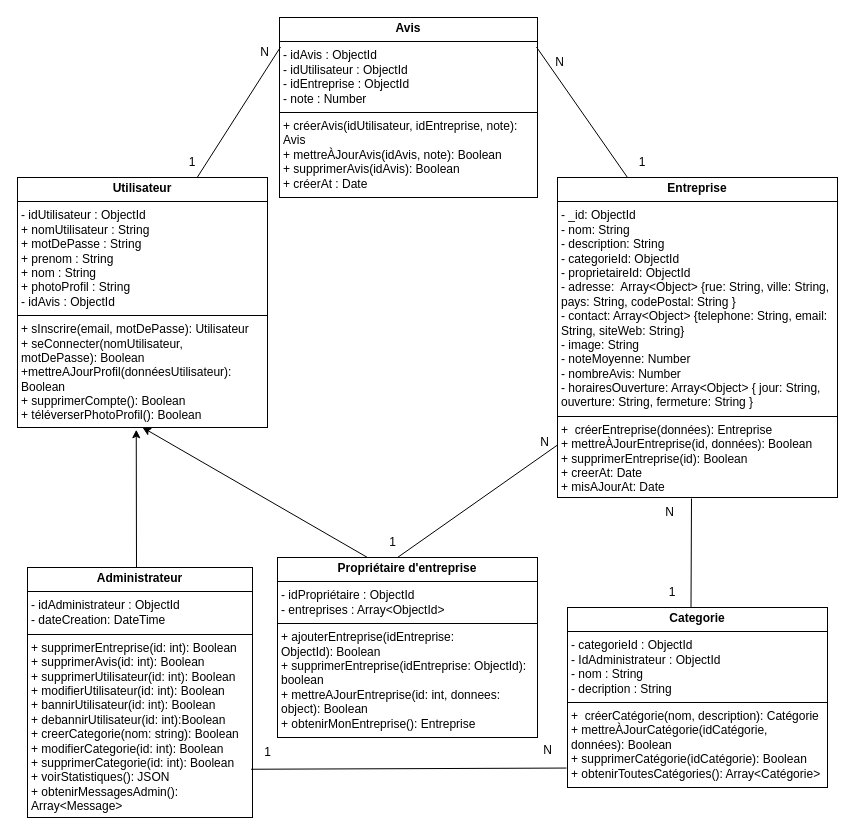
Before: classdernier.drawio in Rahma3-sys/Searchgi, a draw.io diagram. Source tidied: cells renumbered, new cells numbered last; positions are measured from the earlier drawing's top-left corner, leaving out a move shared by most shapes. Both pictures are drawn from the tidied source at 100%, with x=0, y=0 at pixel (17, 17).
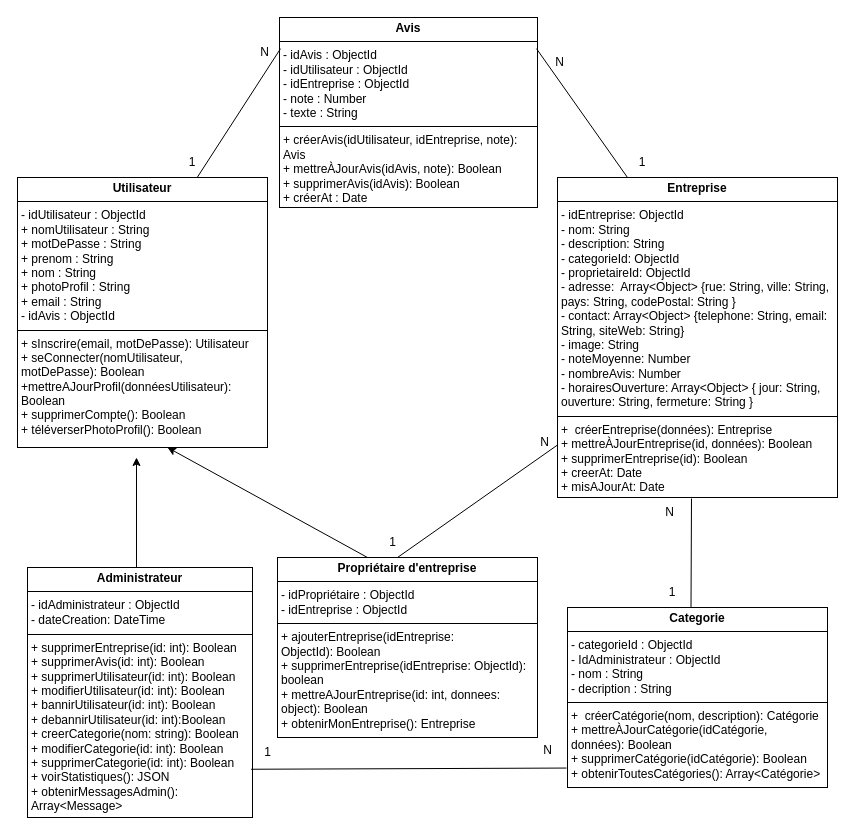
The same page after the edit.

Commit message (it also covers changes not shown here):
Mettre à jour classdernier.drawio

Diff of the diagram source:
```diff
@@
-    <mxCell id="2" value="&lt;p style=&quot;margin:0px;margin-top:4px;text-align:center;&quot;&gt;&lt;b&gt;Avis&lt;/b&gt;&lt;/p&gt;&lt;hr size=&quot;1&quot; style=&quot;border-style:solid;&quot;&gt;&lt;p style=&quot;margin:0px;margin-left:4px;&quot;&gt;- idAvis : ObjectId&amp;nbsp; &amp;nbsp; &amp;nbsp; &amp;nbsp;&amp;nbsp;&lt;/p&gt;&lt;p style=&quot;margin:0px;margin-left:4px;&quot;&gt;- idUtilisateur : ObjectId&amp;nbsp; &amp;nbsp;&lt;/p&gt;&lt;p style=&quot;margin:0px;margin-left:4px;&quot;&gt;- idEntreprise : ObjectId&lt;/p&gt;&lt;p style=&quot;margin:0px;margin-left:4px;&quot;&gt;- note : Number&amp;nbsp; &amp;nbsp;&lt;/p&gt;&lt;hr size=&quot;1&quot; style=&quot;border-style:solid;&quot;&gt;&lt;p style=&quot;margin:0px;margin-left:4px;&quot;&gt;+ créerAvis(idUtilisateur, idEntreprise, note): Avis&lt;/p&gt;&lt;p style=&quot;margin:0px;margin-left:4px;&quot;&gt;+ mettreÀJourAvis(idAvis, note):&amp;nbsp;&lt;span style=&quot;background-color: transparent; color: light-dark(rgb(0, 0, 0), rgb(255, 255, 255));&quot;&gt;Boolean&amp;nbsp;&amp;nbsp;&lt;/span&gt;&lt;/p&gt;&lt;p style=&quot;margin:0px;margin-left:4px;&quot;&gt;+ supprimerAvis(idAvis):&amp;nbsp;&lt;span style=&quot;background-color: transparent; color: light-dark(rgb(0, 0, 0), rgb(255, 255, 255));&quot;&gt;Boolean&amp;nbsp;&lt;/span&gt;&lt;/p&gt;&lt;p style=&quot;margin:0px;margin-left:4px;&quot;&gt;+ créer&lt;span style=&quot;background-color: transparent; color: light-dark(rgb(0, 0, 0), rgb(255, 255, 255));&quot;&gt;At : Date&lt;/span&gt;&lt;/p&gt;" style="verticalAlign=top;align=left;overflow=fill;html=1;whiteSpace=wrap;" parent="1" vertex="1">
-      <mxGeometry x="262" width="258" height="180" as="geometry" />
+    <mxCell id="2" value="&lt;p style=&quot;margin:0px;margin-top:4px;text-align:center;&quot;&gt;&lt;b&gt;Avis&lt;/b&gt;&lt;/p&gt;&lt;hr size=&quot;1&quot; style=&quot;border-style:solid;&quot;&gt;&lt;p style=&quot;margin:0px;margin-left:4px;&quot;&gt;- idAvis : ObjectId&amp;nbsp; &amp;nbsp; &amp;nbsp; &amp;nbsp;&amp;nbsp;&lt;/p&gt;&lt;p style=&quot;margin:0px;margin-left:4px;&quot;&gt;- idUtilisateur : ObjectId&amp;nbsp; &amp;nbsp;&lt;/p&gt;&lt;p style=&quot;margin:0px;margin-left:4px;&quot;&gt;- idEntreprise : ObjectId&lt;/p&gt;&lt;p style=&quot;margin:0px;margin-left:4px;&quot;&gt;- note : Number&amp;nbsp; &amp;nbsp;&lt;/p&gt;&lt;p style=&quot;margin:0px;margin-left:4px;&quot;&gt;- texte : String&lt;/p&gt;&lt;hr size=&quot;1&quot; style=&quot;border-style:solid;&quot;&gt;&lt;p style=&quot;margin:0px;margin-left:4px;&quot;&gt;+ créerAvis(idUtilisateur, idEntreprise, note): Avis&lt;/p&gt;&lt;p style=&quot;margin:0px;margin-left:4px;&quot;&gt;+ mettreÀJourAvis(idAvis, note):&amp;nbsp;&lt;span style=&quot;background-color: transparent; color: light-dark(rgb(0, 0, 0), rgb(255, 255, 255));&quot;&gt;Boolean&amp;nbsp;&amp;nbsp;&lt;/span&gt;&lt;/p&gt;&lt;p style=&quot;margin:0px;margin-left:4px;&quot;&gt;+ supprimerAvis(idAvis):&amp;nbsp;&lt;span style=&quot;background-color: transparent; color: light-dark(rgb(0, 0, 0), rgb(255, 255, 255));&quot;&gt;Boolean&amp;nbsp;&lt;/span&gt;&lt;/p&gt;&lt;p style=&quot;margin:0px;margin-left:4px;&quot;&gt;+ créer&lt;span style=&quot;background-color: transparent; color: light-dark(rgb(0, 0, 0), rgb(255, 255, 255));&quot;&gt;At : Date&lt;/span&gt;&lt;/p&gt;" style="verticalAlign=top;align=left;overflow=fill;html=1;whiteSpace=wrap;" parent="1" vertex="1">
+      <mxGeometry x="262" width="258" height="190" as="geometry" />
     </mxCell>
-    <mxCell id="3" value="&lt;p style=&quot;margin:0px;margin-top:4px;text-align:center;&quot;&gt;&lt;b&gt;Utilisateur&lt;/b&gt;&lt;/p&gt;&lt;hr size=&quot;1&quot; style=&quot;border-style:solid;&quot;&gt;&lt;p style=&quot;margin:0px;margin-left:4px;&quot;&gt;- idUtilisateur : ObjectId&amp;nbsp; &amp;nbsp; &amp;nbsp; &amp;nbsp; &amp;nbsp;&lt;/p&gt;&lt;p style=&quot;margin:0px;margin-left:4px;&quot;&gt;+ nomUtilisateur : String&amp;nbsp; &amp;nbsp; &amp;nbsp; &amp;nbsp; &amp;nbsp; &amp;nbsp;&lt;/p&gt;&lt;p style=&quot;margin:0px;margin-left:4px;&quot;&gt;+ motDePasse : String&amp;nbsp; &amp;nbsp; &amp;nbsp; &amp;nbsp; &amp;nbsp; &amp;nbsp; &amp;nbsp;&amp;nbsp;&lt;/p&gt;&lt;p style=&quot;margin:0px;margin-left:4px;&quot;&gt;+ prenom : String&amp;nbsp; &amp;nbsp; &amp;nbsp; &amp;nbsp; &amp;nbsp; &amp;nbsp; &amp;nbsp; &amp;nbsp; &amp;nbsp; &amp;nbsp;&lt;/p&gt;&lt;p style=&quot;margin:0px;margin-left:4px;&quot;&gt;+ nom : String&amp;nbsp; &amp;nbsp; &amp;nbsp; &amp;nbsp; &amp;nbsp; &amp;nbsp; &amp;nbsp; &amp;nbsp; &amp;nbsp; &amp;nbsp;&amp;nbsp;&lt;/p&gt;&lt;p style=&quot;margin:0px;margin-left:4px;&quot;&gt;&lt;span style=&quot;background-color: transparent;&quot;&gt;+ photoProfil : String&amp;nbsp;&amp;nbsp;&lt;/span&gt;&lt;span style=&quot;background-color: transparent; color: light-dark(rgb(0, 0, 0), rgb(255, 255, 255));&quot;&gt;&amp;nbsp;&lt;/span&gt;&lt;/p&gt;&lt;p style=&quot;margin:0px;margin-left:4px;&quot;&gt;&lt;span style=&quot;background-color: transparent; color: light-dark(rgb(0, 0, 0), rgb(255, 255, 255));&quot;&gt;- idAvis : ObjectId&lt;br&gt;&lt;/span&gt;&lt;/p&gt;&lt;hr size=&quot;1&quot; style=&quot;border-style:solid;&quot;&gt;&lt;p style=&quot;margin:0px;margin-left:4px;&quot;&gt;+ sInscrire(email, motDePasse): Utilisateur&amp;nbsp;&amp;nbsp;&lt;/p&gt;&lt;p style=&quot;margin:0px;margin-left:4px;&quot;&gt;+ seConnecter(nomUtilisateur, motDePasse):&amp;nbsp;&lt;span style=&quot;background-color: transparent; color: light-dark(rgb(0, 0, 0), rgb(255, 255, 255));&quot;&gt;Boolean&amp;nbsp;&amp;nbsp;&lt;/span&gt;&lt;/p&gt;&lt;p style=&quot;margin:0px;margin-left:4px;&quot;&gt;&lt;span style=&quot;background-color: transparent; color: light-dark(rgb(0, 0, 0), rgb(255, 255, 255));&quot;&gt;+mettreAJourProfil(donnéesUtilisateur):&amp;nbsp;&lt;/span&gt;&lt;/p&gt;&lt;p style=&quot;margin:0px;margin-left:4px;&quot;&gt;&lt;span style=&quot;background-color: transparent; color: light-dark(rgb(0, 0, 0), rgb(255, 255, 255));&quot;&gt;Boolean&amp;nbsp;&amp;nbsp;&lt;/span&gt;&lt;/p&gt;&lt;p style=&quot;margin:0px;margin-left:4px;&quot;&gt;&lt;span style=&quot;background-color: transparent; color: light-dark(rgb(0, 0, 0), rgb(255, 255, 255));&quot;&gt;+ supprimerCompte():&amp;nbsp;&lt;/span&gt;&lt;span style=&quot;background-color: transparent; color: light-dark(rgb(0, 0, 0), rgb(255, 255, 255));&quot;&gt;Boolean&amp;nbsp;&amp;nbsp;&lt;/span&gt;&lt;/p&gt;&lt;p style=&quot;margin:0px;margin-left:4px;&quot;&gt;+ téléverserPhotoProfil():&amp;nbsp;&lt;span style=&quot;background-color: transparent; color: light-dark(rgb(0, 0, 0), rgb(255, 255, 255));&quot;&gt;Boolean&amp;nbsp;&amp;nbsp;&lt;/span&gt;&lt;/p&gt;" style="verticalAlign=top;align=left;overflow=fill;html=1;whiteSpace=wrap;" parent="1" vertex="1">
-      <mxGeometry y="160" width="250" height="250" as="geometry" />
+    <mxCell id="3" value="&lt;p style=&quot;margin:0px;margin-top:4px;text-align:center;&quot;&gt;&lt;b&gt;Utilisateur&lt;/b&gt;&lt;/p&gt;&lt;hr size=&quot;1&quot; style=&quot;border-style:solid;&quot;&gt;&lt;p style=&quot;margin:0px;margin-left:4px;&quot;&gt;- idUtilisateur : ObjectId&amp;nbsp; &amp;nbsp; &amp;nbsp; &amp;nbsp; &amp;nbsp;&lt;/p&gt;&lt;p style=&quot;margin:0px;margin-left:4px;&quot;&gt;+ nomUtilisateur : String&amp;nbsp; &amp;nbsp; &amp;nbsp; &amp;nbsp; &amp;nbsp; &amp;nbsp;&lt;/p&gt;&lt;p style=&quot;margin:0px;margin-left:4px;&quot;&gt;+ motDePasse : String&amp;nbsp; &amp;nbsp; &amp;nbsp; &amp;nbsp; &amp;nbsp; &amp;nbsp; &amp;nbsp;&amp;nbsp;&lt;/p&gt;&lt;p style=&quot;margin:0px;margin-left:4px;&quot;&gt;+ prenom : String&amp;nbsp; &amp;nbsp; &amp;nbsp; &amp;nbsp; &amp;nbsp; &amp;nbsp; &amp;nbsp; &amp;nbsp; &amp;nbsp; &amp;nbsp;&lt;/p&gt;&lt;p style=&quot;margin:0px;margin-left:4px;&quot;&gt;+ nom : String&amp;nbsp; &amp;nbsp; &amp;nbsp; &amp;nbsp; &amp;nbsp; &amp;nbsp; &amp;nbsp; &amp;nbsp; &amp;nbsp; &amp;nbsp;&amp;nbsp;&lt;/p&gt;&lt;p style=&quot;margin:0px;margin-left:4px;&quot;&gt;&lt;span style=&quot;background-color: transparent;&quot;&gt;+ photoProfil : String&amp;nbsp;&amp;nbsp;&lt;/span&gt;&lt;/p&gt;&lt;p style=&quot;margin:0px;margin-left:4px;&quot;&gt;&lt;span style=&quot;background-color: transparent; color: light-dark(rgb(0, 0, 0), rgb(255, 255, 255));&quot;&gt;+ email : String&amp;nbsp;&lt;/span&gt;&lt;/p&gt;&lt;p style=&quot;margin:0px;margin-left:4px;&quot;&gt;&lt;span style=&quot;background-color: transparent; color: light-dark(rgb(0, 0, 0), rgb(255, 255, 255));&quot;&gt;- idAvis : ObjectId&lt;br&gt;&lt;/span&gt;&lt;/p&gt;&lt;hr size=&quot;1&quot; style=&quot;border-style:solid;&quot;&gt;&lt;p style=&quot;margin:0px;margin-left:4px;&quot;&gt;+ sInscrire(email, motDePasse): Utilisateur&amp;nbsp;&amp;nbsp;&lt;/p&gt;&lt;p style=&quot;margin:0px;margin-left:4px;&quot;&gt;+ seConnecter(nomUtilisateur, motDePasse):&amp;nbsp;&lt;span style=&quot;background-color: transparent; color: light-dark(rgb(0, 0, 0), rgb(255, 255, 255));&quot;&gt;Boolean&amp;nbsp;&amp;nbsp;&lt;/span&gt;&lt;/p&gt;&lt;p style=&quot;margin:0px;margin-left:4px;&quot;&gt;&lt;span style=&quot;background-color: transparent; color: light-dark(rgb(0, 0, 0), rgb(255, 255, 255));&quot;&gt;+mettreAJourProfil(donnéesUtilisateur):&amp;nbsp;&lt;/span&gt;&lt;/p&gt;&lt;p style=&quot;margin:0px;margin-left:4px;&quot;&gt;&lt;span style=&quot;background-color: transparent; color: light-dark(rgb(0, 0, 0), rgb(255, 255, 255));&quot;&gt;Boolean&amp;nbsp;&amp;nbsp;&lt;/span&gt;&lt;/p&gt;&lt;p style=&quot;margin:0px;margin-left:4px;&quot;&gt;&lt;span style=&quot;background-color: transparent; color: light-dark(rgb(0, 0, 0), rgb(255, 255, 255));&quot;&gt;+ supprimerCompte():&amp;nbsp;&lt;/span&gt;&lt;span style=&quot;background-color: transparent; color: light-dark(rgb(0, 0, 0), rgb(255, 255, 255));&quot;&gt;Boolean&amp;nbsp;&amp;nbsp;&lt;/span&gt;&lt;/p&gt;&lt;p style=&quot;margin:0px;margin-left:4px;&quot;&gt;+ téléverserPhotoProfil():&amp;nbsp;&lt;span style=&quot;background-color: transparent; color: light-dark(rgb(0, 0, 0), rgb(255, 255, 255));&quot;&gt;Boolean&amp;nbsp;&amp;nbsp;&lt;/span&gt;&lt;/p&gt;" style="verticalAlign=top;align=left;overflow=fill;html=1;whiteSpace=wrap;" parent="1" vertex="1">
+      <mxGeometry y="160" width="250" height="270" as="geometry" />
     </mxCell>
@@
-    <mxCell id="5" value="&lt;p style=&quot;margin:0px;margin-top:4px;text-align:center;&quot;&gt;&lt;b&gt;Entreprise&lt;/b&gt;&lt;/p&gt;&lt;hr size=&quot;1&quot; style=&quot;border-style:solid;&quot;&gt;&lt;p style=&quot;margin:0px;margin-left:4px;&quot;&gt;&lt;span style=&quot;background-color: transparent;&quot;&gt;- _id: ObjectId&amp;nbsp; &amp;nbsp; &amp;nbsp; &amp;nbsp; &amp;nbsp; &amp;nbsp; &amp;nbsp; &amp;nbsp;&amp;nbsp;&lt;/span&gt;&lt;/p&gt;&lt;p style=&quot;margin:0px;margin-left:4px;&quot;&gt;- nom: String&amp;nbsp; &amp;nbsp; &amp;nbsp; &amp;nbsp; &amp;nbsp; &amp;nbsp; &amp;nbsp; &amp;nbsp; &amp;nbsp;&amp;nbsp;&lt;/p&gt;&lt;p style=&quot;margin:0px;margin-left:4px;&quot;&gt;- description: String&amp;nbsp; &amp;nbsp; &amp;nbsp; &amp;nbsp; &amp;nbsp;&amp;nbsp;&lt;/p&gt;&lt;p style=&quot;margin:0px;margin-left:4px;&quot;&gt;- categorieId: ObjectId&lt;/p&gt;&lt;p style=&quot;margin:0px;margin-left:4px;&quot;&gt;- proprietaireId: ObjectId&lt;/p&gt;&lt;p style=&quot;margin:0px;margin-left:4px;&quot;&gt;- adresse:&amp;nbsp; Array&amp;lt;Object&amp;gt; {rue: String, ville: String, pays: String, codePostal: String }&lt;/p&gt;&lt;p style=&quot;margin:0px;margin-left:4px;&quot;&gt;- contact: Array&amp;lt;Object&amp;gt; {telephone: String, email: String, siteWeb: String}&lt;/p&gt;&lt;p style=&quot;margin:0px;margin-left:4px;&quot;&gt;- image: String&lt;/p&gt;&lt;p style=&quot;margin:0px;margin-left:4px;&quot;&gt;- noteMoyenne: Number&lt;/p&gt;&lt;p style=&quot;margin:0px;margin-left:4px;&quot;&gt;- nombreAvis: Number&lt;/p&gt;&lt;p style=&quot;margin:0px;margin-left:4px;&quot;&gt;- horairesOuverture: Array&amp;lt;Object&amp;gt; { jour: String, ouverture: String, fermeture: String }&lt;br&gt;&lt;/p&gt;&lt;hr size=&quot;1&quot; style=&quot;border-style:solid;&quot;&gt;&lt;p style=&quot;margin:0px;margin-left:4px;&quot;&gt;+&amp;nbsp;&lt;span style=&quot;background-color: transparent;&quot;&gt;&amp;nbsp;créer&lt;/span&gt;Entreprise&lt;span style=&quot;background-color: transparent;&quot;&gt;(données):&amp;nbsp;&lt;/span&gt;&lt;span style=&quot;background-color: transparent; color: light-dark(rgb(0, 0, 0), rgb(255, 255, 255));&quot;&gt;Entreprise&lt;/span&gt;&lt;/p&gt;&lt;p style=&quot;margin:0px;margin-left:4px;&quot;&gt;+ mettreÀJourEntreprise(id, données):&amp;nbsp;&lt;span style=&quot;background-color: transparent; color: light-dark(rgb(0, 0, 0), rgb(255, 255, 255));&quot;&gt;Boolean&amp;nbsp;&amp;nbsp;&lt;/span&gt;&lt;/p&gt;&lt;p style=&quot;margin:0px;margin-left:4px;&quot;&gt;+ supprimerEntreprise(id):&amp;nbsp;&lt;span style=&quot;background-color: transparent; color: light-dark(rgb(0, 0, 0), rgb(255, 255, 255));&quot;&gt;Boolean&amp;nbsp;&amp;nbsp;&lt;/span&gt;&lt;/p&gt;&lt;p style=&quot;margin:0px;margin-left:4px;&quot;&gt;&lt;span style=&quot;background-color: transparent; color: light-dark(rgb(0, 0, 0), rgb(255, 255, 255));&quot;&gt;+ creerAt: Date&lt;/span&gt;&lt;/p&gt;&lt;p style=&quot;margin: 0px 0px 0px 4px;&quot;&gt;&lt;span style=&quot;background-color: transparent; color: light-dark(rgb(0, 0, 0), rgb(255, 255, 255));&quot;&gt;+ misAJourAt: Date&amp;nbsp; &amp;nbsp;&lt;/span&gt;&lt;/p&gt;" style="verticalAlign=top;align=left;overflow=fill;html=1;whiteSpace=wrap;" parent="1" vertex="1">
+    <mxCell id="5" value="&lt;p style=&quot;margin:0px;margin-top:4px;text-align:center;&quot;&gt;&lt;b&gt;Entreprise&lt;/b&gt;&lt;/p&gt;&lt;hr size=&quot;1&quot; style=&quot;border-style:solid;&quot;&gt;&lt;p style=&quot;margin:0px;margin-left:4px;&quot;&gt;&lt;span style=&quot;background-color: transparent;&quot;&gt;- idEntreprise: ObjectId&amp;nbsp; &amp;nbsp; &amp;nbsp; &amp;nbsp; &amp;nbsp; &amp;nbsp; &amp;nbsp; &amp;nbsp;&amp;nbsp;&lt;/span&gt;&lt;/p&gt;&lt;p style=&quot;margin:0px;margin-left:4px;&quot;&gt;- nom: String&amp;nbsp; &amp;nbsp; &amp;nbsp; &amp;nbsp; &amp;nbsp; &amp;nbsp; &amp;nbsp; &amp;nbsp; &amp;nbsp;&amp;nbsp;&lt;/p&gt;&lt;p style=&quot;margin:0px;margin-left:4px;&quot;&gt;- description: String&amp;nbsp; &amp;nbsp; &amp;nbsp; &amp;nbsp; &amp;nbsp;&amp;nbsp;&lt;/p&gt;&lt;p style=&quot;margin:0px;margin-left:4px;&quot;&gt;- categorieId: ObjectId&lt;/p&gt;&lt;p style=&quot;margin:0px;margin-left:4px;&quot;&gt;- proprietaireId: ObjectId&lt;/p&gt;&lt;p style=&quot;margin:0px;margin-left:4px;&quot;&gt;- adresse:&amp;nbsp; Array&amp;lt;Object&amp;gt; {rue: String, ville: String, pays: String, codePostal: String }&lt;/p&gt;&lt;p style=&quot;margin:0px;margin-left:4px;&quot;&gt;- contact: Array&amp;lt;Object&amp;gt; {telephone: String, email: String, siteWeb: String}&lt;/p&gt;&lt;p style=&quot;margin:0px;margin-left:4px;&quot;&gt;- image: String&lt;/p&gt;&lt;p style=&quot;margin:0px;margin-left:4px;&quot;&gt;- noteMoyenne: Number&lt;/p&gt;&lt;p style=&quot;margin:0px;margin-left:4px;&quot;&gt;- nombreAvis: Number&lt;/p&gt;&lt;p style=&quot;margin:0px;margin-left:4px;&quot;&gt;- horairesOuverture: Array&amp;lt;Object&amp;gt; { jour: String, ouverture: String, fermeture: String }&lt;br&gt;&lt;/p&gt;&lt;hr size=&quot;1&quot; style=&quot;border-style:solid;&quot;&gt;&lt;p style=&quot;margin:0px;margin-left:4px;&quot;&gt;+&amp;nbsp;&lt;span style=&quot;background-color: transparent;&quot;&gt;&amp;nbsp;créer&lt;/span&gt;Entreprise&lt;span style=&quot;background-color: transparent;&quot;&gt;(données):&amp;nbsp;&lt;/span&gt;&lt;span style=&quot;background-color: transparent; color: light-dark(rgb(0, 0, 0), rgb(255, 255, 255));&quot;&gt;Entreprise&lt;/span&gt;&lt;/p&gt;&lt;p style=&quot;margin:0px;margin-left:4px;&quot;&gt;+ mettreÀJourEntreprise(id, données):&amp;nbsp;&lt;span style=&quot;background-color: transparent; color: light-dark(rgb(0, 0, 0), rgb(255, 255, 255));&quot;&gt;Boolean&amp;nbsp;&amp;nbsp;&lt;/span&gt;&lt;/p&gt;&lt;p style=&quot;margin:0px;margin-left:4px;&quot;&gt;+ supprimerEntreprise(id):&amp;nbsp;&lt;span style=&quot;background-color: transparent; color: light-dark(rgb(0, 0, 0), rgb(255, 255, 255));&quot;&gt;Boolean&amp;nbsp;&amp;nbsp;&lt;/span&gt;&lt;/p&gt;&lt;p style=&quot;margin:0px;margin-left:4px;&quot;&gt;&lt;span style=&quot;background-color: transparent; color: light-dark(rgb(0, 0, 0), rgb(255, 255, 255));&quot;&gt;+ creerAt: Date&lt;/span&gt;&lt;/p&gt;&lt;p style=&quot;margin: 0px 0px 0px 4px;&quot;&gt;&lt;span style=&quot;background-color: transparent; color: light-dark(rgb(0, 0, 0), rgb(255, 255, 255));&quot;&gt;+ misAJourAt: Date&amp;nbsp; &amp;nbsp;&lt;/span&gt;&lt;/p&gt;" style="verticalAlign=top;align=left;overflow=fill;html=1;whiteSpace=wrap;" parent="1" vertex="1">
       <mxGeometry x="540" y="160" width="280" height="320" as="geometry" />
     </mxCell>
@@
-    <mxCell id="7" value="&lt;p style=&quot;margin:0px;margin-top:4px;text-align:center;&quot;&gt;&lt;b&gt;Propriétaire d'entreprise&lt;/b&gt;&lt;/p&gt;&lt;hr size=&quot;1&quot; style=&quot;border-style:solid;&quot;&gt;&lt;p style=&quot;margin: 0px 0px 0px 4px;&quot;&gt;- idPropriétaire : ObjectId&amp;nbsp; &amp;nbsp; &amp;nbsp; &amp;nbsp; &amp;nbsp;&lt;/p&gt;&lt;p style=&quot;margin:0px;margin-left:4px;&quot;&gt;&lt;span style=&quot;background-color: transparent; color: light-dark(rgb(0, 0, 0), rgb(255, 255, 255));&quot;&gt;- entreprises : Array&amp;lt;ObjectId&amp;gt;&lt;/span&gt;&lt;/p&gt;&lt;hr size=&quot;1&quot; style=&quot;border-style:solid;&quot;&gt;&lt;p style=&quot;margin:0px;margin-left:4px;&quot;&gt;&lt;span style=&quot;background-color: transparent; color: light-dark(rgb(0, 0, 0), rgb(255, 255, 255));&quot;&gt;+ ajouterEntreprise(idEntreprise: ObjectId):&amp;nbsp;&lt;/span&gt;&lt;span style=&quot;background-color: transparent; color: light-dark(rgb(0, 0, 0), rgb(255, 255, 255));&quot;&gt;Boolean&amp;nbsp;&amp;nbsp;&lt;/span&gt;&lt;/p&gt;&lt;p style=&quot;margin:0px;margin-left:4px;&quot;&gt;+ supprimerEntreprise(idEntreprise: ObjectId): boolean&lt;/p&gt;&lt;p style=&quot;margin:0px;margin-left:4px;&quot;&gt;+&amp;nbsp;mettreAJourEntreprise(id: int, donnees: object): Boolean&lt;/p&gt;&lt;p style=&quot;margin:0px;margin-left:4px;&quot;&gt;&lt;span style=&quot;background-color: transparent;&quot;&gt;+&amp;nbsp;&lt;/span&gt;&lt;span style=&quot;background-color: transparent; color: light-dark(rgb(0, 0, 0), rgb(255, 255, 255));&quot;&gt;obtenirMonEntreprise(): Entreprise&lt;/span&gt;&lt;/p&gt;&lt;div&gt;&lt;span style=&quot;background-color: transparent; color: light-dark(rgb(0, 0, 0), rgb(255, 255, 255));&quot;&gt;&lt;br&gt;&lt;/span&gt;&lt;/div&gt;&lt;div&gt;&lt;span style=&quot;background-color: transparent; color: light-dark(rgb(0, 0, 0), rgb(255, 255, 255));&quot;&gt;&lt;br&gt;&lt;/span&gt;&lt;/div&gt;&lt;p style=&quot;margin:0px;margin-left:4px;&quot;&gt;&lt;span style=&quot;background-color: transparent; color: light-dark(rgb(0, 0, 0), rgb(255, 255, 255));&quot;&gt;&amp;nbsp;&lt;/span&gt;&lt;/p&gt;&lt;p style=&quot;margin:0px;margin-left:4px;&quot;&gt;&lt;span style=&quot;background-color: transparent; color: light-dark(rgb(0, 0, 0), rgb(255, 255, 255));&quot;&gt;&lt;br&gt;&lt;/span&gt;&lt;/p&gt;" style="verticalAlign=top;align=left;overflow=fill;html=1;whiteSpace=wrap;" parent="1" vertex="1">
+    <mxCell id="7" value="&lt;p style=&quot;margin:0px;margin-top:4px;text-align:center;&quot;&gt;&lt;b&gt;Propriétaire d'entreprise&lt;/b&gt;&lt;/p&gt;&lt;hr size=&quot;1&quot; style=&quot;border-style:solid;&quot;&gt;&lt;p style=&quot;margin: 0px 0px 0px 4px;&quot;&gt;- idPropriétaire : ObjectId&amp;nbsp; &amp;nbsp; &amp;nbsp; &amp;nbsp; &amp;nbsp;&lt;/p&gt;&lt;p style=&quot;margin:0px;margin-left:4px;&quot;&gt;&lt;span style=&quot;background-color: transparent; color: light-dark(rgb(0, 0, 0), rgb(255, 255, 255));&quot;&gt;- idEntreprise :&lt;/span&gt;&lt;span style=&quot;background-color: transparent; color: light-dark(rgb(0, 0, 0), rgb(255, 255, 255));&quot;&gt;&amp;nbsp;&lt;/span&gt;&lt;span style=&quot;background-color: transparent; color: light-dark(rgb(0, 0, 0), rgb(255, 255, 255));&quot;&gt;ObjectId&amp;nbsp;&lt;/span&gt;&lt;span style=&quot;background-color: transparent; color: light-dark(rgb(0, 0, 0), rgb(255, 255, 255));&quot;&gt;&amp;nbsp;&lt;/span&gt;&lt;/p&gt;&lt;hr size=&quot;1&quot; style=&quot;border-style:solid;&quot;&gt;&lt;p style=&quot;margin:0px;margin-left:4px;&quot;&gt;&lt;span style=&quot;background-color: transparent; color: light-dark(rgb(0, 0, 0), rgb(255, 255, 255));&quot;&gt;+ ajouterEntreprise(idEntreprise: ObjectId):&amp;nbsp;&lt;/span&gt;&lt;span style=&quot;background-color: transparent; color: light-dark(rgb(0, 0, 0), rgb(255, 255, 255));&quot;&gt;Boolean&amp;nbsp;&amp;nbsp;&lt;/span&gt;&lt;/p&gt;&lt;p style=&quot;margin:0px;margin-left:4px;&quot;&gt;+ supprimerEntreprise(idEntreprise: ObjectId): boolean&lt;/p&gt;&lt;p style=&quot;margin:0px;margin-left:4px;&quot;&gt;+&amp;nbsp;mettreAJourEntreprise(id: int, donnees: object): Boolean&lt;/p&gt;&lt;p style=&quot;margin:0px;margin-left:4px;&quot;&gt;&lt;span style=&quot;background-color: transparent;&quot;&gt;+&amp;nbsp;&lt;/span&gt;&lt;span style=&quot;background-color: transparent; color: light-dark(rgb(0, 0, 0), rgb(255, 255, 255));&quot;&gt;obtenirMonEntreprise(): Entreprise&lt;/span&gt;&lt;/p&gt;&lt;div&gt;&lt;span style=&quot;background-color: transparent; color: light-dark(rgb(0, 0, 0), rgb(255, 255, 255));&quot;&gt;&lt;br&gt;&lt;/span&gt;&lt;/div&gt;&lt;div&gt;&lt;span style=&quot;background-color: transparent; color: light-dark(rgb(0, 0, 0), rgb(255, 255, 255));&quot;&gt;&lt;br&gt;&lt;/span&gt;&lt;/div&gt;&lt;p style=&quot;margin:0px;margin-left:4px;&quot;&gt;&lt;span style=&quot;background-color: transparent; color: light-dark(rgb(0, 0, 0), rgb(255, 255, 255));&quot;&gt;&amp;nbsp;&lt;/span&gt;&lt;/p&gt;&lt;p style=&quot;margin:0px;margin-left:4px;&quot;&gt;&lt;span style=&quot;background-color: transparent; color: light-dark(rgb(0, 0, 0), rgb(255, 255, 255));&quot;&gt;&lt;br&gt;&lt;/span&gt;&lt;/p&gt;" style="verticalAlign=top;align=left;overflow=fill;html=1;whiteSpace=wrap;" parent="1" vertex="1">
       <mxGeometry x="260" y="540" width="260" height="180" as="geometry" />
     </mxCell>
@@
-    <mxCell id="19" style="endArrow=classic;html=1;rounded=0;entryX=0.475;entryY=1.009;entryDx=0;entryDy=0;entryPerimeter=0;" parent="1" edge="1" target="3">
+    <mxCell id="19" style="endArrow=classic;html=1;rounded=0;" parent="1" edge="1">
       <mxGeometry relative="1" as="geometry">
         <mxPoint x="119" y="550" as="sourcePoint" />
+        <mxPoint x="119" y="440" as="targetPoint" />
       </mxGeometry>
     </mxCell>
-    <mxCell id="20" style="endArrow=classic;html=1;rounded=0;entryX=0.5;entryY=1;entryDx=0;entryDy=0;" parent="1" edge="1" target="3">
+    <mxCell id="20" style="endArrow=classic;html=1;rounded=0;" parent="1" edge="1">
       <mxGeometry relative="1" as="geometry">
         <mxPoint x="350" y="540" as="sourcePoint" />
+        <mxPoint x="150" y="430" as="targetPoint" />
       </mxGeometry>
     </mxCell>
```
